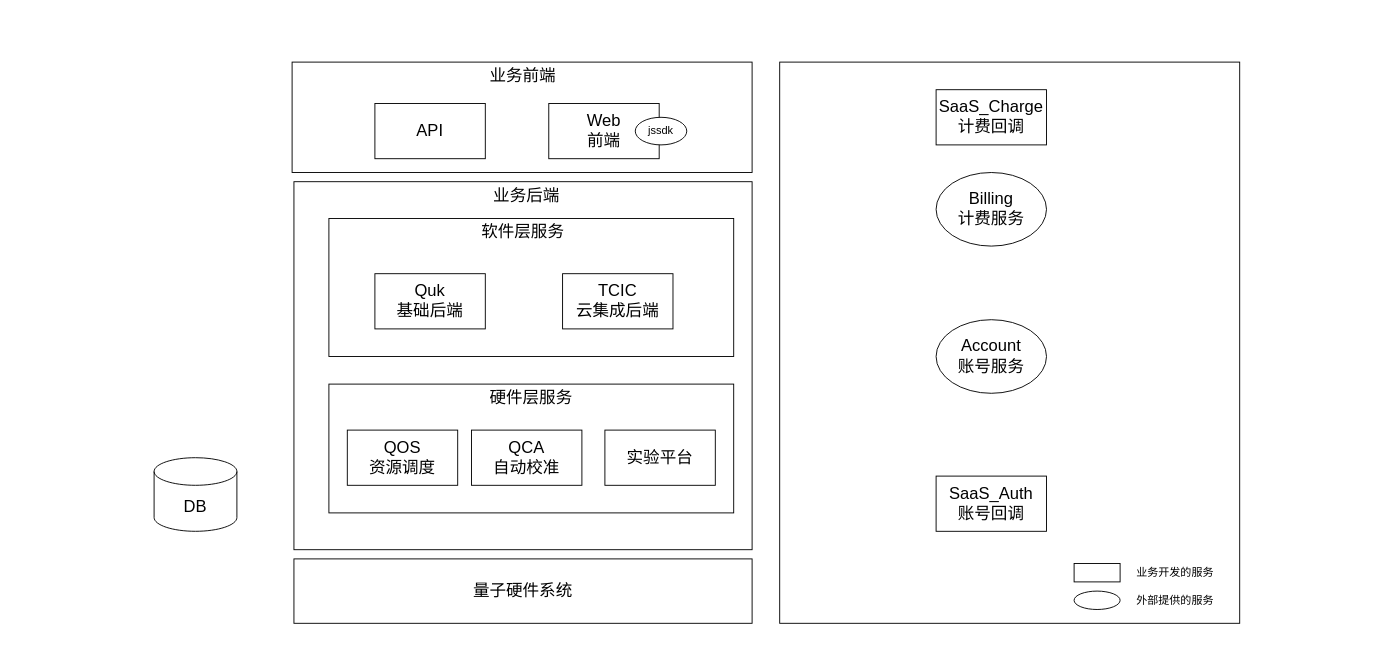
Above: draft/答辩.drawio in mattshhuang/draw-io (draw.io), before the change. Source tidied: cells renumbered, new cells numbered last; positions are measured from the earlier drawing's top-left corner, leaving out a move shared by most shapes. Both pictures are drawn from the tidied source at 92%, with x=0, y=0 at pixel (154, 62).
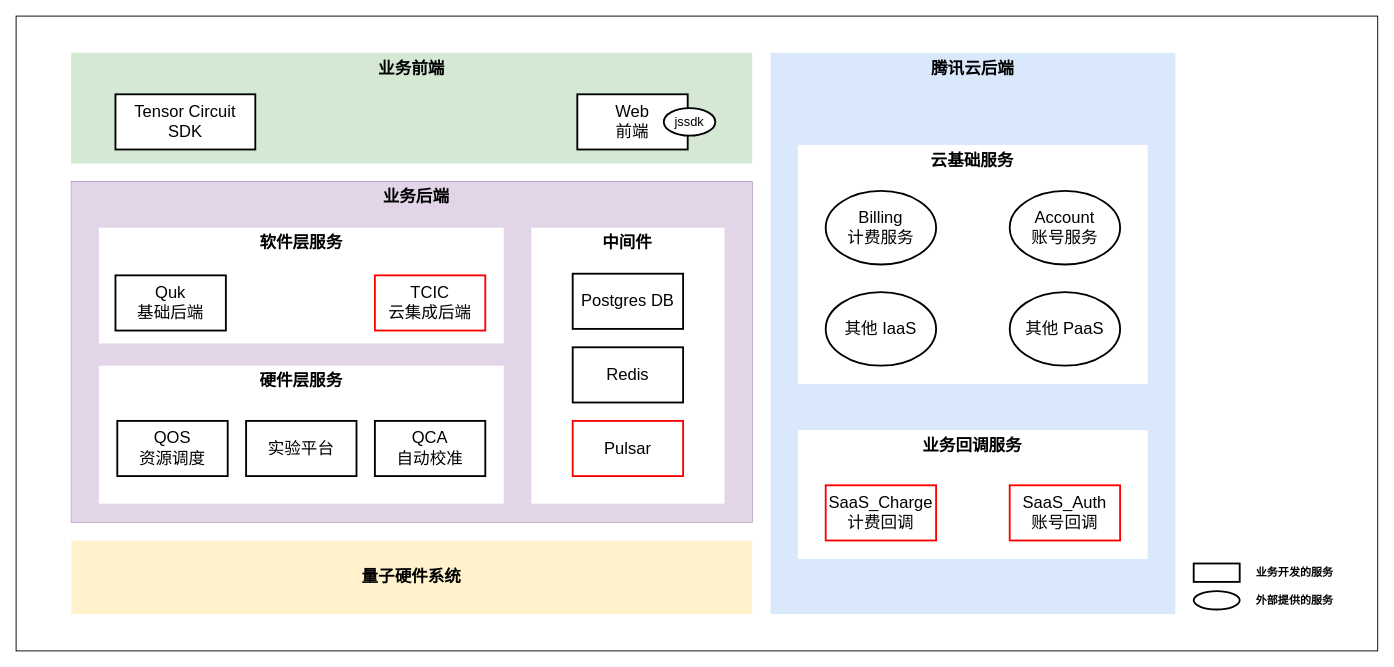
After the change.

Diff of the diagram source:
```diff
@@
-    <mxCell id="2" style="rounded=0;whiteSpace=wrap;html=1;" parent="1" vertex="1">
-      <mxGeometry x="152" y="130" width="498" height="400" as="geometry" />
-    </mxCell>
-    <mxCell id="3" style="rounded=0;whiteSpace=wrap;html=1;" parent="1" vertex="1">
-      <mxGeometry x="190" y="350" width="440" height="140" as="geometry" />
-    </mxCell>
-    <mxCell id="4" style="rounded=0;whiteSpace=wrap;html=1;" parent="1" vertex="1">
-      <mxGeometry x="190" y="170" width="440" height="150" as="geometry" />
-    </mxCell>
-    <mxCell id="5" style="rounded=0;whiteSpace=wrap;html=1;" parent="1" vertex="1">
-      <mxGeometry x="150" width="500" height="120" as="geometry" />
-    </mxCell>
-    <mxCell id="6" value="&lt;font style=&quot;font-size: 18px;&quot;&gt;API&lt;/font&gt;" style="rounded=0;whiteSpace=wrap;html=1;" parent="1" vertex="1">
-      <mxGeometry x="240" y="45" width="120" height="60" as="geometry" />
-    </mxCell>
-    <mxCell id="7" value="&lt;font style=&quot;font-size: 18px;&quot;&gt;Web&lt;br&gt;前端&lt;br&gt;&lt;/font&gt;" style="rounded=0;whiteSpace=wrap;html=1;" parent="1" vertex="1">
-      <mxGeometry x="429" y="45" width="120" height="60" as="geometry" />
-    </mxCell>
-    <mxCell id="8" value="&lt;font style=&quot;font-size: 18px;&quot;&gt;Quk&lt;br&gt;基础后端&lt;br&gt;&lt;/font&gt;" style="rounded=0;whiteSpace=wrap;html=1;" parent="1" vertex="1">
-      <mxGeometry x="240" y="230" width="120" height="60" as="geometry" />
-    </mxCell>
-    <mxCell id="9" value="&lt;font style=&quot;font-size: 18px;&quot;&gt;QOS&lt;br&gt;资源调度&lt;br&gt;&lt;/font&gt;" style="rounded=0;whiteSpace=wrap;html=1;" parent="1" vertex="1">
-      <mxGeometry x="210" y="400" width="120" height="60" as="geometry" />
-    </mxCell>
-    <mxCell id="10" value="&lt;font style=&quot;font-size: 18px;&quot;&gt;DB&lt;/font&gt;" style="shape=cylinder3;whiteSpace=wrap;html=1;boundedLbl=1;backgroundOutline=1;size=15;" parent="1" vertex="1">
-      <mxGeometry y="430" width="90" height="80" as="geometry" />
-    </mxCell>
-    <mxCell id="11" value="&lt;span style=&quot;font-size: 18px;&quot;&gt;实验平台&lt;/span&gt;" style="rounded=0;whiteSpace=wrap;html=1;" parent="1" vertex="1">
-      <mxGeometry x="490" y="400" width="120" height="60" as="geometry" />
-    </mxCell>
-    <mxCell id="12" value="jssdk" style="ellipse;whiteSpace=wrap;html=1;" parent="1" vertex="1">
-      <mxGeometry x="523" y="60" width="56" height="30" as="geometry" />
-    </mxCell>
-    <mxCell id="13" value="&lt;font style=&quot;font-size: 18px;&quot;&gt;量子硬件系统&lt;/font&gt;" style="rounded=0;whiteSpace=wrap;html=1;" parent="1" vertex="1">
-      <mxGeometry x="152" y="540" width="498" height="70" as="geometry" />
-    </mxCell>
-    <mxCell id="14" value="&lt;font style=&quot;font-size: 18px;&quot;&gt;TCIC&lt;br&gt;云集成后端&lt;br&gt;&lt;/font&gt;" style="rounded=0;whiteSpace=wrap;html=1;" parent="1" vertex="1">
-      <mxGeometry x="444" y="230" width="120" height="60" as="geometry" />
-    </mxCell>
-    <mxCell id="15" value="&lt;font style=&quot;font-size: 18px;&quot;&gt;业务后端&lt;/font&gt;" style="text;html=1;strokeColor=none;fillColor=none;align=center;verticalAlign=middle;whiteSpace=wrap;rounded=0;" parent="1" vertex="1">
-      <mxGeometry x="320" y="130" width="170" height="30" as="geometry" />
-    </mxCell>
-    <mxCell id="16" value="&lt;font style=&quot;font-size: 18px;&quot;&gt;业务前端&lt;/font&gt;" style="text;html=1;strokeColor=none;fillColor=none;align=center;verticalAlign=middle;whiteSpace=wrap;rounded=0;" parent="1" vertex="1">
-      <mxGeometry x="316" width="170" height="30" as="geometry" />
-    </mxCell>
-    <mxCell id="17" value="&lt;font style=&quot;font-size: 18px;&quot;&gt;软件层服务&lt;/font&gt;" style="text;html=1;strokeColor=none;fillColor=none;align=center;verticalAlign=middle;whiteSpace=wrap;rounded=0;" parent="1" vertex="1">
-      <mxGeometry x="316" y="170" width="170" height="30" as="geometry" />
-    </mxCell>
-    <mxCell id="18" value="&lt;font style=&quot;font-size: 18px;&quot;&gt;硬件层服务&lt;/font&gt;" style="text;html=1;strokeColor=none;fillColor=none;align=center;verticalAlign=middle;whiteSpace=wrap;rounded=0;" parent="1" vertex="1">
-      <mxGeometry x="325" y="350" width="170" height="30" as="geometry" />
-    </mxCell>
-    <mxCell id="19" value="&lt;font style=&quot;font-size: 18px;&quot;&gt;QCA&lt;br&gt;自动校准&lt;br&gt;&lt;/font&gt;" style="rounded=0;whiteSpace=wrap;html=1;" parent="1" vertex="1">
-      <mxGeometry x="345" y="400" width="120" height="60" as="geometry" />
-    </mxCell>
+    <mxCell id="30" style="rounded=0;whiteSpace=wrap;html=1;" parent="1" vertex="1">
+      <mxGeometry x="-150" y="-50" width="1480" height="690" as="geometry" />
+    </mxCell>
+    <mxCell id="31" style="group;" parent="1" vertex="1">
+      <mxGeometry x="670" y="-10" width="630" height="610" as="geometry" />
+    </mxCell>
-    <mxCell id="20" style="rounded=0;whiteSpace=wrap;html=1;" parent="1" vertex="1">
-      <mxGeometry x="680" width="500" height="610" as="geometry" />
+    <mxCell id="20" style="rounded=0;whiteSpace=wrap;html=1;fillColor=#dae8fc;strokeColor=none;" parent="31" vertex="1">
+      <mxGeometry width="440" height="610" as="geometry" />
     </mxCell>
+    <mxCell id="32" value="&lt;font style=&quot;font-size: 18px;&quot;&gt;&lt;b&gt;腾讯云后端&lt;/b&gt;&lt;/font&gt;" style="text;html=1;strokeColor=none;fillColor=none;align=center;verticalAlign=top;whiteSpace=wrap;rounded=0;" parent="31" vertex="1">
+      <mxGeometry x="135" width="170" height="30" as="geometry" />
+    </mxCell>
+    <mxCell id="33" style="group;" parent="31" vertex="1">
+      <mxGeometry x="30" y="120" width="380" height="270" as="geometry" />
+    </mxCell>
+    <mxCell id="34" style="group;" parent="33" vertex="1">
+      <mxGeometry y="-20" width="380" height="290" as="geometry" />
+    </mxCell>
+    <mxCell id="35" style="rounded=0;whiteSpace=wrap;html=1;strokeColor=none;" parent="34" vertex="1">
+      <mxGeometry width="380" height="260" as="geometry" />
+    </mxCell>
+    <mxCell id="36" value="&lt;span style=&quot;font-size: 18px;&quot;&gt;&lt;b&gt;云基础服务&lt;/b&gt;&lt;/span&gt;" style="text;html=1;strokeColor=none;fillColor=none;align=center;verticalAlign=top;whiteSpace=wrap;rounded=0;horizontal=1;" parent="34" vertex="1">
+      <mxGeometry x="125.4" width="129.2" height="35" as="geometry" />
+    </mxCell>
+    <mxCell id="22" value="&lt;font style=&quot;font-size: 18px;&quot;&gt;Billing&lt;br&gt;计费服务&lt;/font&gt;" style="ellipse;whiteSpace=wrap;html=1;strokeWidth=2;" parent="34" vertex="1">
+      <mxGeometry x="30" y="50" width="120" height="80" as="geometry" />
+    </mxCell>
+    <mxCell id="24" value="&lt;font style=&quot;font-size: 18px;&quot;&gt;Account&lt;br&gt;账号服务&lt;/font&gt;" style="ellipse;whiteSpace=wrap;html=1;strokeWidth=2;" parent="34" vertex="1">
+      <mxGeometry x="230" y="50" width="120" height="80" as="geometry" />
+    </mxCell>
+    <mxCell id="37" value="&lt;span style=&quot;font-size: 18px;&quot;&gt;其他 IaaS&lt;/span&gt;" style="ellipse;whiteSpace=wrap;html=1;strokeWidth=2;" parent="34" vertex="1">
+      <mxGeometry x="30" y="160" width="120" height="80" as="geometry" />
+    </mxCell>
+    <mxCell id="38" value="&lt;span style=&quot;font-size: 18px;&quot;&gt;其他 PaaS&lt;/span&gt;" style="ellipse;whiteSpace=wrap;html=1;strokeWidth=2;" parent="34" vertex="1">
+      <mxGeometry x="230" y="160" width="120" height="80" as="geometry" />
+    </mxCell>
+    <mxCell id="39" style="group;" parent="31" vertex="1">
+      <mxGeometry x="30" y="410" width="380" height="140" as="geometry" />
+    </mxCell>
+    <mxCell id="40" style="rounded=0;whiteSpace=wrap;html=1;strokeColor=none;" parent="39" vertex="1">
+      <mxGeometry width="380" height="140" as="geometry" />
+    </mxCell>
+    <mxCell id="41" value="&lt;span style=&quot;font-size: 18px;&quot;&gt;&lt;b&gt;业务回调服务&lt;/b&gt;&lt;/span&gt;" style="text;html=1;strokeColor=none;fillColor=none;align=center;verticalAlign=top;whiteSpace=wrap;rounded=0;horizontal=1;" parent="39" vertex="1">
+      <mxGeometry x="125.4" width="129.2" height="35" as="geometry" />
+    </mxCell>
-    <mxCell id="21" value="&lt;span style=&quot;font-size: 18px;&quot;&gt;SaaS_Charge&lt;br&gt;计费回调&lt;br&gt;&lt;/span&gt;" style="rounded=0;whiteSpace=wrap;html=1;" parent="1" vertex="1">
-      <mxGeometry x="850" y="30" width="120" height="60" as="geometry" />
+    <mxCell id="21" value="&lt;span style=&quot;font-size: 18px;&quot;&gt;SaaS_Charge&lt;br&gt;计费回调&lt;br&gt;&lt;/span&gt;" style="rounded=0;whiteSpace=wrap;html=1;strokeColor=#FF0000;strokeWidth=2;" parent="39" vertex="1">
+      <mxGeometry x="30" y="60" width="120" height="60" as="geometry" />
     </mxCell>
-    <mxCell id="22" value="&lt;font style=&quot;font-size: 18px;&quot;&gt;Billing&lt;br&gt;计费服务&lt;/font&gt;" style="ellipse;whiteSpace=wrap;html=1;" parent="1" vertex="1">
-      <mxGeometry x="850" y="120" width="120" height="80" as="geometry" />
-    </mxCell>
-    <mxCell id="23" value="&lt;span style=&quot;font-size: 18px;&quot;&gt;SaaS_Auth&lt;br&gt;账号回调&lt;br&gt;&lt;/span&gt;" style="rounded=0;whiteSpace=wrap;html=1;" parent="1" vertex="1">
-      <mxGeometry x="850" y="450" width="120" height="60" as="geometry" />
+    <mxCell id="23" value="&lt;span style=&quot;font-size: 18px;&quot;&gt;SaaS_Auth&lt;br&gt;账号回调&lt;br&gt;&lt;/span&gt;" style="rounded=0;whiteSpace=wrap;html=1;strokeWidth=2;strokeColor=#FF0000;" parent="39" vertex="1">
+      <mxGeometry x="230" y="60" width="120" height="60" as="geometry" />
     </mxCell>
-    <mxCell id="24" value="&lt;font style=&quot;font-size: 18px;&quot;&gt;Account&lt;br&gt;账号服务&lt;/font&gt;" style="ellipse;whiteSpace=wrap;html=1;" parent="1" vertex="1">
-      <mxGeometry x="850" y="280" width="120" height="80" as="geometry" />
-    </mxCell>
-    <mxCell id="25" style="group;" parent="1" vertex="1">
-      <mxGeometry x="1000" y="540" width="170" height="60" as="geometry" />
+    <mxCell id="25" style="group;" parent="31" vertex="1">
+      <mxGeometry x="460" y="550" width="170" height="60" as="geometry" />
     </mxCell>
-    <mxCell id="26" style="rounded=0;whiteSpace=wrap;html=1;" parent="25" vertex="1">
+    <mxCell id="26" style="rounded=0;whiteSpace=wrap;html=1;strokeWidth=2;" parent="25" vertex="1">
       <mxGeometry y="5" width="50" height="20" as="geometry" />
     </mxCell>
-    <mxCell id="27" style="ellipse;whiteSpace=wrap;html=1;" parent="25" vertex="1">
+    <mxCell id="27" style="ellipse;whiteSpace=wrap;html=1;strokeWidth=2;" parent="25" vertex="1">
       <mxGeometry y="35" width="50" height="20" as="geometry" />
     </mxCell>
-    <mxCell id="28" value="业务开发的服务" style="text;html=1;strokeColor=none;fillColor=none;align=center;verticalAlign=middle;whiteSpace=wrap;rounded=0;" parent="25" vertex="1">
+    <mxCell id="28" value="&lt;b&gt;业务开发的服务&lt;/b&gt;" style="text;html=1;strokeColor=none;fillColor=none;align=center;verticalAlign=middle;whiteSpace=wrap;rounded=0;" parent="25" vertex="1">
       <mxGeometry x="50" width="120" height="30" as="geometry" />
     </mxCell>
-    <mxCell id="29" value="外部提供的服务" style="text;html=1;strokeColor=none;fillColor=none;align=center;verticalAlign=middle;whiteSpace=wrap;rounded=0;" parent="25" vertex="1">
+    <mxCell id="29" value="&lt;b&gt;外部提供的服务&lt;/b&gt;" style="text;html=1;strokeColor=none;fillColor=none;align=center;verticalAlign=middle;whiteSpace=wrap;rounded=0;" parent="25" vertex="1">
       <mxGeometry x="50" y="30" width="120" height="30" as="geometry" />
     </mxCell>
+    <mxCell id="42" style="group;fillColor=#d5e8d4;strokeColor=none;gradientDirection=south;gradientColor=none;fillStyle=auto;" parent="1" vertex="1">
+      <mxGeometry x="-90" y="-10" width="740" height="120" as="geometry" />
+    </mxCell>
+    <mxCell id="5" style="rounded=0;whiteSpace=wrap;html=1;fillColor=#d5e8d4;strokeColor=none;" parent="42" vertex="1">
+      <mxGeometry width="740" height="120" as="geometry" />
+    </mxCell>
+    <mxCell id="16" value="&lt;font style=&quot;font-size: 18px;&quot;&gt;&lt;b&gt;业务前端&lt;/b&gt;&lt;/font&gt;" style="text;html=1;strokeColor=none;fillColor=none;align=center;verticalAlign=top;whiteSpace=wrap;rounded=0;horizontal=1;" parent="42" vertex="1">
+      <mxGeometry x="244.2" width="251.6" height="30" as="geometry" />
+    </mxCell>
+    <mxCell id="43" style="group;" parent="42" vertex="1">
+      <mxGeometry x="550" y="45" width="150" height="60" as="geometry" />
+    </mxCell>
+    <mxCell id="7" value="&lt;font style=&quot;font-size: 18px;&quot;&gt;Web&lt;br&gt;前端&lt;br&gt;&lt;/font&gt;" style="rounded=0;whiteSpace=wrap;html=1;strokeWidth=2;" parent="43" vertex="1">
+      <mxGeometry width="120" height="60" as="geometry" />
+    </mxCell>
+    <mxCell id="12" value="&lt;font style=&quot;font-size: 14px;&quot;&gt;jssdk&lt;/font&gt;" style="ellipse;whiteSpace=wrap;html=1;strokeWidth=2;" parent="43" vertex="1">
+      <mxGeometry x="94" y="15" width="56" height="30" as="geometry" />
+    </mxCell>
+    <mxCell id="6" value="&lt;font style=&quot;font-size: 18px;&quot;&gt;Tensor Circuit&lt;br&gt;SDK&lt;br&gt;&lt;/font&gt;" style="rounded=0;whiteSpace=wrap;html=1;strokeWidth=2;" parent="42" vertex="1">
+      <mxGeometry x="48" y="45" width="152" height="60" as="geometry" />
+    </mxCell>
+    <mxCell id="44" style="group;fillColor=#e1d5e7;strokeColor=#9673a6;" parent="1" vertex="1">
+      <mxGeometry x="-90" y="130" width="740" height="370" as="geometry" />
+    </mxCell>
+    <mxCell id="2" style="rounded=0;whiteSpace=wrap;html=1;fillColor=#e1d5e7;strokeColor=none;" parent="44" vertex="1">
+      <mxGeometry width="740" height="370" as="geometry" />
+    </mxCell>
+    <mxCell id="15" value="&lt;font style=&quot;font-size: 18px;&quot;&gt;&lt;b&gt;业务后端&lt;/b&gt;&lt;/font&gt;" style="text;html=1;strokeColor=none;fillColor=none;align=center;verticalAlign=top;whiteSpace=wrap;rounded=0;" parent="44" vertex="1">
+      <mxGeometry x="248.6" width="251.6" height="27.8" as="geometry" />
+    </mxCell>
+    <mxCell id="45" style="group;" parent="44" vertex="1">
+      <mxGeometry x="500" y="50" width="210" height="300" as="geometry" />
+    </mxCell>
+    <mxCell id="46" style="rounded=0;whiteSpace=wrap;html=1;strokeColor=none;" parent="45" vertex="1">
+      <mxGeometry width="210" height="300" as="geometry" />
+    </mxCell>
+    <mxCell id="47" value="&lt;font style=&quot;font-size: 18px;&quot;&gt;&lt;b&gt;中间件&lt;/b&gt;&lt;/font&gt;" style="text;html=1;strokeColor=none;fillColor=none;align=center;verticalAlign=top;whiteSpace=wrap;rounded=0;" parent="45" vertex="1">
+      <mxGeometry x="64.4" width="81.1" height="40" as="geometry" />
+    </mxCell>
+    <mxCell id="48" value="&lt;font style=&quot;font-size: 18px;&quot;&gt;Postgres DB&lt;br&gt;&lt;/font&gt;" style="rounded=0;whiteSpace=wrap;html=1;strokeWidth=2;" parent="45" vertex="1">
+      <mxGeometry x="45" y="50" width="120" height="60" as="geometry" />
+    </mxCell>
+    <mxCell id="49" value="&lt;font style=&quot;font-size: 18px;&quot;&gt;Pulsar&lt;br&gt;&lt;/font&gt;" style="rounded=0;whiteSpace=wrap;html=1;strokeWidth=2;strokeColor=#FF0000;" parent="45" vertex="1">
+      <mxGeometry x="45" y="210" width="120" height="60" as="geometry" />
+    </mxCell>
+    <mxCell id="50" value="&lt;font style=&quot;font-size: 18px;&quot;&gt;Redis&lt;br&gt;&lt;/font&gt;" style="rounded=0;whiteSpace=wrap;html=1;strokeWidth=2;" parent="45" vertex="1">
+      <mxGeometry x="45" y="130" width="120" height="60" as="geometry" />
+    </mxCell>
+    <mxCell id="51" style="group;" parent="1" vertex="1">
+      <mxGeometry x="-60" y="180" width="440" height="125.8" as="geometry" />
+    </mxCell>
+    <mxCell id="4" style="rounded=0;whiteSpace=wrap;html=1;strokeColor=none;" parent="51" vertex="1">
+      <mxGeometry width="440" height="125.8" as="geometry" />
+    </mxCell>
+    <mxCell id="17" value="&lt;font style=&quot;font-size: 18px;&quot;&gt;&lt;b&gt;软件层服务&lt;/b&gt;&lt;/font&gt;" style="text;html=1;strokeColor=none;fillColor=none;align=center;verticalAlign=top;whiteSpace=wrap;rounded=0;" parent="51" vertex="1">
+      <mxGeometry x="135" width="170" height="25.2" as="geometry" />
+    </mxCell>
+    <mxCell id="13" value="&lt;font style=&quot;font-size: 18px;&quot;&gt;&lt;b&gt;量子硬件系统&lt;/b&gt;&lt;/font&gt;" style="rounded=0;whiteSpace=wrap;html=1;fillColor=#fff2cc;strokeColor=none;" parent="1" vertex="1">
+      <mxGeometry x="-90" y="520" width="740" height="80" as="geometry" />
+    </mxCell>
+    <mxCell id="52" style="group;" parent="1" vertex="1">
+      <mxGeometry x="-60" y="330" width="440" height="150" as="geometry" />
+    </mxCell>
+    <mxCell id="3" style="rounded=0;whiteSpace=wrap;html=1;strokeColor=none;" parent="52" vertex="1">
+      <mxGeometry width="440" height="150" as="geometry" />
+    </mxCell>
+    <mxCell id="18" value="&lt;font style=&quot;font-size: 18px;&quot;&gt;&lt;b&gt;硬件层服务&lt;/b&gt;&lt;/font&gt;" style="text;html=1;strokeColor=none;fillColor=none;align=center;verticalAlign=top;whiteSpace=wrap;rounded=0;" parent="52" vertex="1">
+      <mxGeometry x="135" width="170" height="32.1" as="geometry" />
+    </mxCell>
+    <mxCell id="9" value="&lt;font style=&quot;font-size: 18px;&quot;&gt;QOS&lt;br&gt;资源调度&lt;br&gt;&lt;/font&gt;" style="rounded=0;whiteSpace=wrap;html=1;strokeWidth=2;" parent="52" vertex="1">
+      <mxGeometry x="20" y="60" width="120" height="60" as="geometry" />
+    </mxCell>
+    <mxCell id="19" value="&lt;font style=&quot;font-size: 18px;&quot;&gt;实验平台&lt;br&gt;&lt;/font&gt;" style="rounded=0;whiteSpace=wrap;html=1;strokeWidth=2;" parent="52" vertex="1">
+      <mxGeometry x="160" y="60" width="120" height="60" as="geometry" />
+    </mxCell>
+    <mxCell id="11" value="&lt;span style=&quot;font-size: 18px;&quot;&gt;QCA&lt;br&gt;自动校准&lt;/span&gt;" style="rounded=0;whiteSpace=wrap;html=1;strokeWidth=2;" parent="52" vertex="1">
+      <mxGeometry x="300" y="60" width="120" height="60" as="geometry" />
+    </mxCell>
+    <mxCell id="8" value="&lt;font style=&quot;font-size: 18px;&quot;&gt;Quk&lt;br&gt;基础后端&lt;br&gt;&lt;/font&gt;" style="rounded=0;whiteSpace=wrap;html=1;strokeWidth=2;" parent="1" vertex="1">
+      <mxGeometry x="-42" y="231.8" width="120" height="60" as="geometry" />
+    </mxCell>
+    <mxCell id="14" value="&lt;font style=&quot;font-size: 18px;&quot;&gt;TCIC&lt;br&gt;云集成后端&lt;br&gt;&lt;/font&gt;" style="rounded=0;whiteSpace=wrap;html=1;strokeColor=#FF0000;strokeWidth=2;" parent="1" vertex="1">
+      <mxGeometry x="240" y="231.8" width="120" height="60" as="geometry" />
+    </mxCell>
```
